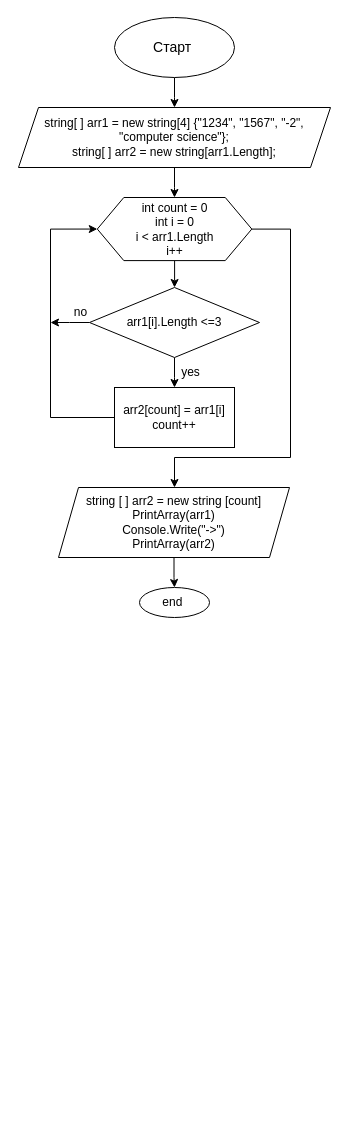
Earlier version of the draw.io diagram block_diagram/Диаграмма без названия.drawio (KaterinaSpace/FinalWork2023). Source tidied: cells renumbered, new cells numbered last; positions are measured from the earlier drawing's top-left corner, leaving out a move shared by most shapes. Both pictures are drawn from the tidied source at 100%, with x=0, y=0 at pixel (18, 17).
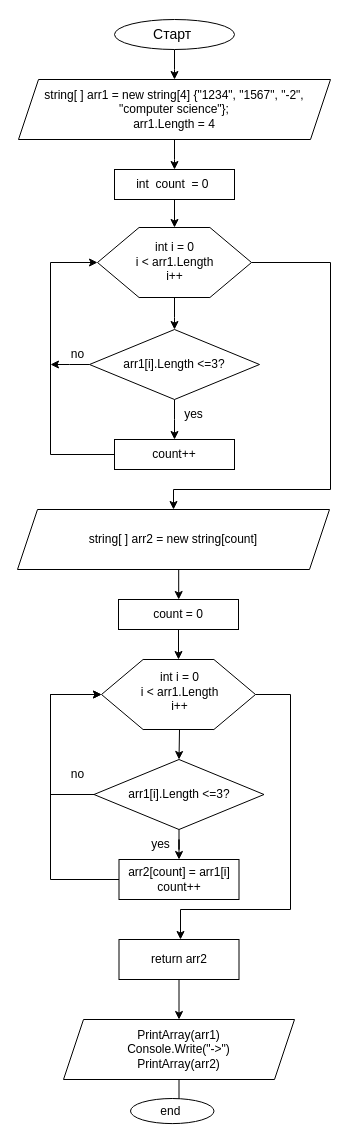
The same diagram, later.

Change to the diagram source:
```diff
@@
-    <mxCell id="2" style="edgeStyle=orthogonalEdgeStyle;rounded=0;jettySize=auto;html=1;" parent="1" edge="1" source="4">
-      <mxGeometry relative="1" as="geometry">
-        <mxPoint x="156" y="270" as="targetPoint" />
-      </mxGeometry>
-    </mxCell>
-    <mxCell id="3" style="edgeStyle=orthogonalEdgeStyle;rounded=0;jettySize=auto;html=1;" parent="1" edge="1" source="4">
-      <mxGeometry relative="1" as="geometry">
-        <mxPoint x="156" y="470" as="targetPoint" />
-        <Array as="points">
-          <mxPoint x="272" y="212" />
-          <mxPoint x="272" y="440" />
-          <mxPoint x="156" y="440" />
-        </Array>
-      </mxGeometry>
-    </mxCell>
-    <mxCell id="4" style="verticalLabelPosition=bottom;verticalAlign=top;html=1;shape=hexagon;perimeter=hexagonPerimeter2;arcSize=6;size=0.17164179104477612;" parent="1" vertex="1">
-      <mxGeometry x="78.8" y="180" width="154.5" height="63.1" as="geometry" />
-    </mxCell>
     <mxCell id="5" style="edgeStyle=orthogonalEdgeStyle;rounded=0;jettySize=auto;html=1;" parent="1" edge="1" source="6">
       <mxGeometry relative="1" as="geometry">
-        <mxPoint x="156" y="90" as="targetPoint" />
+        <mxPoint x="156" y="62" as="targetPoint" />
       </mxGeometry>
     </mxCell>
     <mxCell id="6" value="&lt;font style=&quot;font-size: 14px;&quot;&gt;Старт&amp;nbsp;&lt;/font&gt;" style="ellipse;whiteSpace=wrap;html=1;" parent="1" vertex="1">
-      <mxGeometry x="96" width="120" height="60" as="geometry" />
+      <mxGeometry x="96" y="2" width="120" height="30" as="geometry" />
     </mxCell>
     <mxCell id="7" style="edgeStyle=orthogonalEdgeStyle;rounded=0;jettySize=auto;html=1;" parent="1" edge="1" source="8">
       <mxGeometry relative="1" as="geometry">
-        <mxPoint x="156" y="180" as="targetPoint" />
+        <mxPoint x="156" y="152" as="targetPoint" />
       </mxGeometry>
     </mxCell>
-    <mxCell id="8" value="string[ ] arr1 = new string[4] {&quot;1234&quot;, &quot;1567&quot;, &quot;-2&quot;, &quot;computer science&quot;};&lt;br&gt;string[ ] arr2 = new string[arr1.Length];" style="shape=parallelogram;perimeter=parallelogramPerimeter;whiteSpace=wrap;html=1;fixedSize=1;" parent="1" vertex="1">
-      <mxGeometry y="90" width="312" height="60" as="geometry" />
+    <mxCell id="8" value="string[ ] arr1 = new string[4] {&quot;1234&quot;, &quot;1567&quot;, &quot;-2&quot;, &quot;computer science&quot;};&lt;br&gt;arr1.Length = 4" style="shape=parallelogram;perimeter=parallelogramPerimeter;whiteSpace=wrap;html=1;fixedSize=1;" parent="1" vertex="1">
+      <mxGeometry y="62" width="312" height="60" as="geometry" />
     </mxCell>
-    <mxCell id="9" value="int count = 0&lt;br&gt;int i = 0&lt;br&gt;i &amp;lt; arr1.Length&lt;br&gt;i++" style="text;html=1;align=center;verticalAlign=middle;strokeColor=none;fillColor=none;" parent="1" vertex="1">
-      <mxGeometry x="106" y="176.6" width="100" height="70" as="geometry" />
-    </mxCell>
-    <mxCell id="10" style="edgeStyle=orthogonalEdgeStyle;rounded=0;jettySize=auto;html=1;" parent="1" edge="1" source="12">
-      <mxGeometry relative="1" as="geometry">
-        <mxPoint x="156" y="370" as="targetPoint" />
-      </mxGeometry>
-    </mxCell>
-    <mxCell id="11" style="edgeStyle=orthogonalEdgeStyle;rounded=0;jettySize=auto;html=1;" parent="1" edge="1" source="12">
-      <mxGeometry relative="1" as="geometry">
-        <mxPoint x="32" y="305" as="targetPoint" />
-      </mxGeometry>
-    </mxCell>
+    <mxCell id="20" style="edgeStyle=orthogonalEdgeStyle;rounded=0;jettySize=auto;html=1;" parent="1" edge="1" source="12">
+      <mxGeometry relative="1" as="geometry">
+        <mxPoint x="156" y="422" as="targetPoint" />
+      </mxGeometry>
+    </mxCell>
+    <mxCell id="21" style="edgeStyle=orthogonalEdgeStyle;rounded=0;jettySize=auto;html=1;" parent="1" edge="1" source="12">
+      <mxGeometry relative="1" as="geometry">
+        <mxPoint x="32" y="347" as="targetPoint" />
+      </mxGeometry>
+    </mxCell>
-    <mxCell id="12" value="arr1[i].Length &amp;lt;=3" style="rhombus;whiteSpace=wrap;html=1;" parent="1" vertex="1">
-      <mxGeometry x="71" y="270" width="170" height="70" as="geometry" />
+    <mxCell id="12" value="arr1[i].Length &amp;lt;=3?" style="rhombus;whiteSpace=wrap;html=1;" parent="1" vertex="1">
+      <mxGeometry x="71" y="312" width="170" height="70" as="geometry" />
     </mxCell>
-    <mxCell id="13" style="edgeStyle=orthogonalEdgeStyle;rounded=0;jettySize=auto;html=1;entryX=0;entryY=0.5;entryDx=0;entryDy=0;" parent="1" edge="1" source="14" target="4">
-      <mxGeometry relative="1" as="geometry">
-        <Array as="points">
-          <mxPoint x="32" y="400" />
-          <mxPoint x="32" y="212" />
-        </Array>
-      </mxGeometry>
-    </mxCell>
+    <mxCell id="22" style="edgeStyle=orthogonalEdgeStyle;rounded=0;jettySize=auto;html=1;entryX=0;entryY=0.5;entryDx=0;entryDy=0;" parent="1" edge="1" source="14" target="35">
+      <mxGeometry relative="1" as="geometry">
+        <Array as="points">
+          <mxPoint x="32" y="862" />
+          <mxPoint x="32" y="677" />
+        </Array>
+      </mxGeometry>
+    </mxCell>
     <mxCell id="14" value="arr2[count] = arr1[i]&lt;br&gt;count++" style="rounded=0;whiteSpace=wrap;html=1;" parent="1" vertex="1">
-      <mxGeometry x="96" y="370" width="120" height="60" as="geometry" />
+      <mxGeometry x="100.5" y="842" width="120" height="40" as="geometry" />
     </mxCell>
     <mxCell id="15" value="yes" style="text;html=1;align=center;verticalAlign=middle;strokeColor=none;fillColor=none;" parent="1" vertex="1">
-      <mxGeometry x="152" y="340" width="40" height="30" as="geometry" />
+      <mxGeometry x="155" y="382" width="40" height="30" as="geometry" />
     </mxCell>
     <mxCell id="16" value="no" style="text;html=1;align=center;verticalAlign=middle;strokeColor=none;fillColor=none;" parent="1" vertex="1">
-      <mxGeometry x="42" y="280" width="40" height="30" as="geometry" />
+      <mxGeometry x="39" y="322" width="40" height="30" as="geometry" />
     </mxCell>
@@
-    <mxCell id="18" value="string [ ] arr2 = new string [count]&lt;br&gt;PrintArray(arr1)&lt;br&gt;Console.Write(&quot;-&amp;gt;&quot;)&lt;br&gt;PrintArray(arr2)" style="shape=parallelogram;perimeter=parallelogramPerimeter;whiteSpace=wrap;html=1;fixedSize=1;" parent="1" vertex="1">
-      <mxGeometry x="40" y="470" width="231" height="70" as="geometry" />
+    <mxCell id="18" value="PrintArray(arr1)&lt;br&gt;Console.Write(&quot;-&amp;gt;&quot;)&lt;br&gt;PrintArray(arr2)" style="shape=parallelogram;perimeter=parallelogramPerimeter;whiteSpace=wrap;html=1;fixedSize=1;" parent="1" vertex="1">
+      <mxGeometry x="45" y="1002" width="231" height="60" as="geometry" />
     </mxCell>
     <mxCell id="19" value="end&amp;nbsp;" style="ellipse;whiteSpace=wrap;html=1;" parent="1" vertex="1">
-      <mxGeometry x="121" y="570" width="70" height="30" as="geometry" />
+      <mxGeometry x="112" y="1081" width="83.5" height="25.1" as="geometry" />
     </mxCell>
+    <mxCell id="23" style="edgeStyle=orthogonalEdgeStyle;rounded=0;jettySize=auto;html=1;exitX=0.5;exitY=1;exitDx=0;exitDy=0;entryX=0.5;entryY=0;entryDx=0;entryDy=0;" parent="1" edge="1" source="24" target="27">
+      <mxGeometry relative="1" as="geometry" />
+    </mxCell>
+    <mxCell id="24" value="int&amp;nbsp; count&amp;nbsp; = 0&amp;nbsp;" style="rounded=0;whiteSpace=wrap;html=1;" parent="1" vertex="1">
+      <mxGeometry x="96" y="152" width="120" height="30" as="geometry" />
+    </mxCell>
+    <mxCell id="25" style="edgeStyle=orthogonalEdgeStyle;rounded=0;jettySize=auto;html=1;" parent="1" edge="1" source="27">
+      <mxGeometry relative="1" as="geometry">
+        <mxPoint x="156" y="312" as="targetPoint" />
+      </mxGeometry>
+    </mxCell>
+    <mxCell id="26" style="edgeStyle=orthogonalEdgeStyle;rounded=0;jettySize=auto;html=1;entryX=0.5;entryY=0;entryDx=0;entryDy=0;" parent="1" edge="1" source="27" target="31">
+      <mxGeometry relative="1" as="geometry">
+        <Array as="points">
+          <mxPoint x="312" y="245" />
+          <mxPoint x="312" y="472" />
+          <mxPoint x="155" y="472" />
+        </Array>
+      </mxGeometry>
+    </mxCell>
+    <mxCell id="27" style="verticalLabelPosition=bottom;verticalAlign=top;html=1;shape=hexagon;perimeter=hexagonPerimeter2;arcSize=6;size=0.27;" parent="1" vertex="1">
+      <mxGeometry x="79" y="210" width="154" height="70" as="geometry" />
+    </mxCell>
+    <mxCell id="9" value="&lt;br&gt;int i = 0&lt;br&gt;i &amp;lt; arr1.Length&lt;br&gt;i++" style="text;html=1;align=center;verticalAlign=middle;strokeColor=none;fillColor=none;" parent="1" vertex="1">
+      <mxGeometry x="106" y="202" width="100" height="70" as="geometry" />
+    </mxCell>
+    <mxCell id="28" style="edgeStyle=orthogonalEdgeStyle;rounded=0;jettySize=auto;html=1;entryX=0;entryY=0.5;entryDx=0;entryDy=0;" parent="1" edge="1" source="29" target="27">
+      <mxGeometry relative="1" as="geometry">
+        <Array as="points">
+          <mxPoint x="32" y="437" />
+          <mxPoint x="32" y="245" />
+        </Array>
+      </mxGeometry>
+    </mxCell>
+    <mxCell id="29" value="count++" style="rounded=0;whiteSpace=wrap;html=1;" parent="1" vertex="1">
+      <mxGeometry x="96" y="422" width="120" height="30" as="geometry" />
+    </mxCell>
+    <mxCell id="30" style="edgeStyle=orthogonalEdgeStyle;rounded=0;orthogonalLoop=1;jettySize=auto;html=1;" parent="1" edge="1">
+      <mxGeometry relative="1" as="geometry">
+        <mxPoint x="160.2" y="552" as="sourcePoint" />
+        <mxPoint x="160.2" y="582" as="targetPoint" />
+      </mxGeometry>
+    </mxCell>
+    <mxCell id="31" value="string[ ] arr2 = new string[count]" style="shape=parallelogram;perimeter=parallelogramPerimeter;whiteSpace=wrap;html=1;fixedSize=1;" parent="1" vertex="1">
+      <mxGeometry x="-1" y="492" width="312" height="60" as="geometry" />
+    </mxCell>
+    <mxCell id="32" style="edgeStyle=orthogonalEdgeStyle;rounded=0;jettySize=auto;html=1;" parent="1" edge="1" source="33">
+      <mxGeometry relative="1" as="geometry">
+        <mxPoint x="160" y="642" as="targetPoint" />
+        <Array as="points">
+          <mxPoint x="160" y="642" />
+          <mxPoint x="160" y="642" />
+        </Array>
+      </mxGeometry>
+    </mxCell>
+    <mxCell id="33" value="count = 0" style="rounded=0;whiteSpace=wrap;html=1;" parent="1" vertex="1">
+      <mxGeometry x="100" y="582" width="120" height="30" as="geometry" />
+    </mxCell>
+    <mxCell id="34" style="edgeStyle=orthogonalEdgeStyle;rounded=0;jettySize=auto;html=1;" parent="1" edge="1" source="35" target="44">
+      <mxGeometry relative="1" as="geometry">
+        <Array as="points">
+          <mxPoint x="272" y="677" />
+          <mxPoint x="272" y="892" />
+          <mxPoint x="162" y="892" />
+        </Array>
+      </mxGeometry>
+    </mxCell>
+    <mxCell id="35" style="verticalLabelPosition=bottom;verticalAlign=top;html=1;shape=hexagon;perimeter=hexagonPerimeter2;arcSize=6;size=0.27;" parent="1" vertex="1">
+      <mxGeometry x="83" y="642" width="154" height="70" as="geometry" />
+    </mxCell>
+    <mxCell id="36" style="edgeStyle=orthogonalEdgeStyle;rounded=0;jettySize=auto;html=1;entryX=0.5;entryY=0;entryDx=0;entryDy=0;" parent="1" edge="1" target="40">
+      <mxGeometry relative="1" as="geometry">
+        <mxPoint x="161" y="712" as="sourcePoint" />
+      </mxGeometry>
+    </mxCell>
+    <mxCell id="37" value="&lt;br&gt;int i = 0&lt;br&gt;i &amp;lt; arr1.Length&lt;br&gt;i++" style="text;html=1;align=center;verticalAlign=middle;strokeColor=none;fillColor=none;" parent="1" vertex="1">
+      <mxGeometry x="110.5" y="632" width="100" height="70" as="geometry" />
+    </mxCell>
+    <mxCell id="38" style="edgeStyle=orthogonalEdgeStyle;rounded=0;jettySize=auto;html=1;entryX=0;entryY=0.5;entryDx=0;entryDy=0;" parent="1" edge="1" source="40" target="35">
+      <mxGeometry relative="1" as="geometry">
+        <Array as="points">
+          <mxPoint x="32" y="777" />
+          <mxPoint x="32" y="677" />
+        </Array>
+      </mxGeometry>
+    </mxCell>
+    <mxCell id="39" style="edgeStyle=orthogonalEdgeStyle;rounded=0;jettySize=auto;html=1;entryX=0.5;entryY=0;entryDx=0;entryDy=0;" parent="1" edge="1" source="40" target="14">
+      <mxGeometry relative="1" as="geometry" />
+    </mxCell>
+    <mxCell id="40" value="arr1[i].Length &amp;lt;=3?" style="rhombus;whiteSpace=wrap;html=1;" parent="1" vertex="1">
+      <mxGeometry x="75.5" y="742" width="170" height="70" as="geometry" />
+    </mxCell>
+    <mxCell id="41" value="yes" style="text;html=1;align=center;verticalAlign=middle;strokeColor=none;fillColor=none;" parent="1" vertex="1">
+      <mxGeometry x="122" y="812" width="40" height="30" as="geometry" />
+    </mxCell>
+    <mxCell id="42" value="no" style="text;html=1;align=center;verticalAlign=middle;strokeColor=none;fillColor=none;" parent="1" vertex="1">
+      <mxGeometry x="39" y="742" width="40" height="30" as="geometry" />
+    </mxCell>
+    <mxCell id="43" style="edgeStyle=orthogonalEdgeStyle;rounded=0;jettySize=auto;html=1;entryX=0.5;entryY=0;entryDx=0;entryDy=0;" parent="1" edge="1" source="44" target="18">
+      <mxGeometry relative="1" as="geometry" />
+    </mxCell>
+    <mxCell id="44" value="return arr2" style="rounded=0;whiteSpace=wrap;html=1;" parent="1" vertex="1">
+      <mxGeometry x="100.5" y="922" width="120" height="40" as="geometry" />
+    </mxCell>
```
